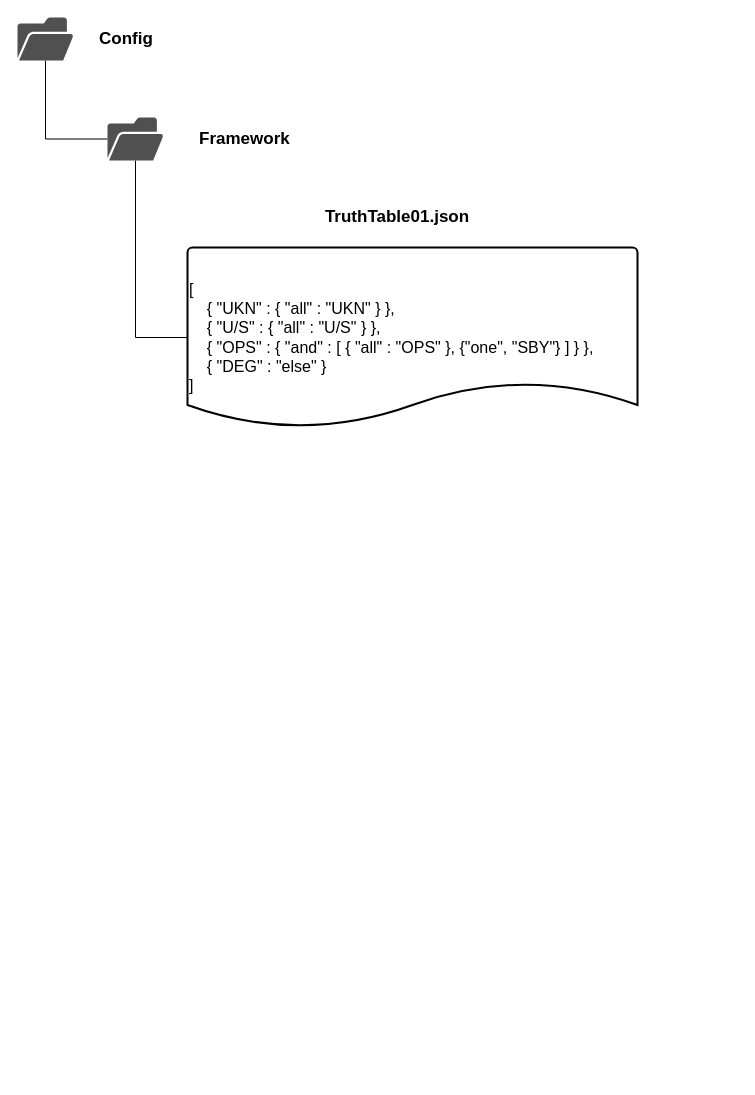
Earlier version of the draw.io diagram JsonFolder.drawio (YannCaron/SkyguideDiagrams). Source tidied: cells renumbered, new cells numbered last; positions are measured from the earlier drawing's top-left corner, leaving out a move shared by most shapes. Both pictures are drawn from the tidied source at 100%, with x=0, y=0 at pixel (17, 17).
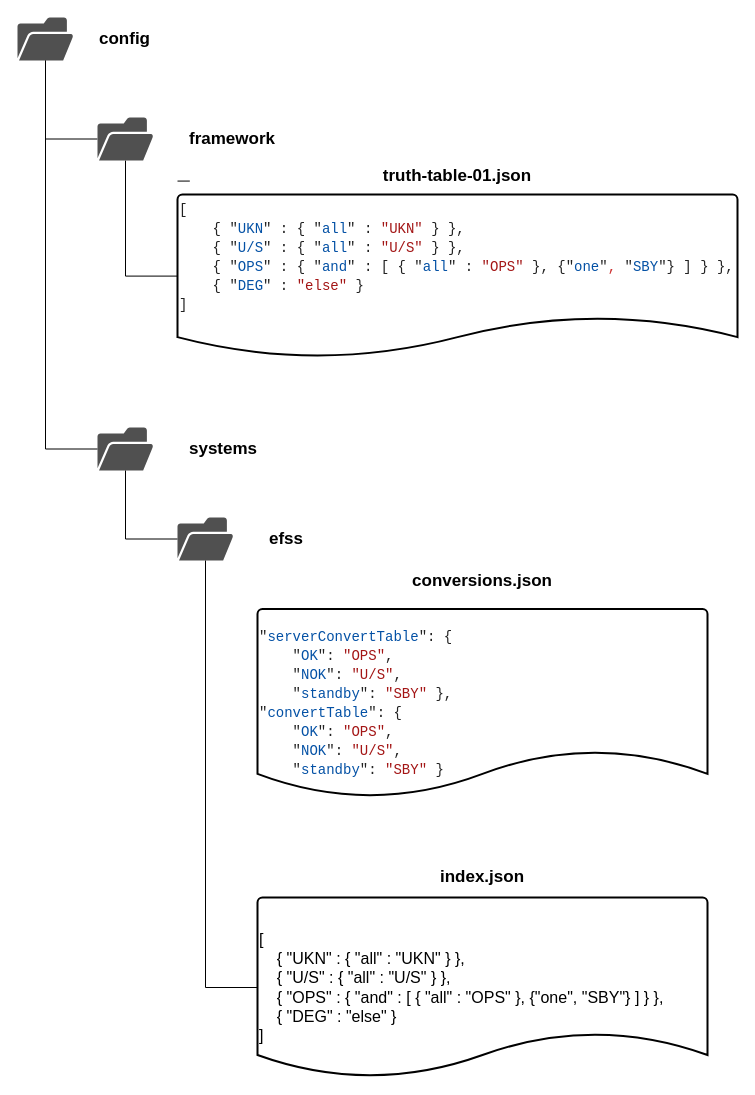
The same diagram, later.

Change to the diagram source:
```diff
@@
+    <mxCell id="3" style="edgeStyle=orthogonalEdgeStyle;rounded=0;jettySize=auto;html=1;endArrow=none;endFill=0;" parent="1" edge="1" source="4" target="6">
+      <mxGeometry relative="1" as="geometry" />
+    </mxCell>
+    <mxCell id="5" style="edgeStyle=orthogonalEdgeStyle;rounded=0;jettySize=auto;html=1;endArrow=none;endFill=0;" parent="1" edge="1" source="6" target="2">
+      <mxGeometry relative="1" as="geometry" />
+    </mxCell>
+    <mxCell id="10" style="group;" parent="1" vertex="1">
+      <mxGeometry x="80" y="100" width="130" height="43" as="geometry" />
+    </mxCell>
+    <mxCell id="6" style="shadow=0;dashed=0;html=1;strokeColor=none;fillColor=#505050;labelPosition=center;verticalLabelPosition=bottom;verticalAlign=top;outlineConnect=0;align=center;shape=mxgraph.office.concepts.folder_open;" parent="10" vertex="1">
+      <mxGeometry width="56" height="43" as="geometry" />
+    </mxCell>
+    <mxCell id="8" value="&lt;font style=&quot;font-size: 17px&quot;&gt;framework&lt;/font&gt;" style="text;html=1;strokeColor=none;fillColor=none;align=left;verticalAlign=middle;whiteSpace=wrap;rounded=0;fontStyle=1;" parent="10" vertex="1">
+      <mxGeometry x="90" y="11.5" width="40" height="20" as="geometry" />
+    </mxCell>
+    <mxCell id="11" style="group;" parent="1" vertex="1">
+      <mxGeometry x="80" y="410" width="130" height="43" as="geometry" />
+    </mxCell>
+    <mxCell id="12" style="shadow=0;dashed=0;html=1;strokeColor=none;fillColor=#505050;labelPosition=center;verticalLabelPosition=bottom;verticalAlign=top;outlineConnect=0;align=center;shape=mxgraph.office.concepts.folder_open;" parent="11" vertex="1">
+      <mxGeometry width="56" height="43" as="geometry" />
+    </mxCell>
+    <mxCell id="13" value="&lt;font style=&quot;font-size: 17px&quot;&gt;systems&lt;/font&gt;" style="text;html=1;strokeColor=none;fillColor=none;align=left;verticalAlign=middle;whiteSpace=wrap;rounded=0;fontStyle=1;" parent="11" vertex="1">
+      <mxGeometry x="90" y="11.5" width="40" height="20" as="geometry" />
+    </mxCell>
+    <mxCell id="14" style="group;" parent="1" vertex="1">
+      <mxGeometry x="160" y="150" width="560" height="190" as="geometry" />
+    </mxCell>
+    <mxCell id="4" value="&lt;div style=&quot;color: rgb(0 , 0 , 0) ; font-family: &amp;#34;consolas&amp;#34; , &amp;#34;courier new&amp;#34; , monospace ; font-weight: normal ; font-size: 14px ; line-height: 19px&quot;&gt;&lt;div&gt;&lt;span style=&quot;background-color: transparent&quot;&gt;&lt;span style=&quot;color: #222222&quot;&gt;[&lt;/span&gt;&lt;/span&gt;&lt;/div&gt;&lt;div&gt;&lt;span style=&quot;background-color: transparent&quot;&gt;&lt;span style=&quot;color: #000000&quot;&gt;&amp;nbsp;&amp;nbsp;&amp;nbsp;&amp;nbsp;&lt;/span&gt;&lt;span style=&quot;color: #222222&quot;&gt;{&lt;/span&gt;&lt;span style=&quot;color: #000000&quot;&gt;&amp;nbsp;&lt;/span&gt;&lt;span style=&quot;color: #222222&quot;&gt;&quot;&lt;/span&gt;&lt;span style=&quot;color: #0451a5&quot;&gt;UKN&lt;/span&gt;&lt;span style=&quot;color: #222222&quot;&gt;&quot;&lt;/span&gt;&lt;span style=&quot;color: #000000&quot;&gt;&amp;nbsp;&lt;/span&gt;&lt;span style=&quot;color: #222222&quot;&gt;:&lt;/span&gt;&lt;span style=&quot;color: #000000&quot;&gt;&amp;nbsp;&lt;/span&gt;&lt;span style=&quot;color: #222222&quot;&gt;{&lt;/span&gt;&lt;span style=&quot;color: #000000&quot;&gt;&amp;nbsp;&lt;/span&gt;&lt;span style=&quot;color: #222222&quot;&gt;&quot;&lt;/span&gt;&lt;span style=&quot;color: #0451a5&quot;&gt;all&lt;/span&gt;&lt;span style=&quot;color: #222222&quot;&gt;&quot;&lt;/span&gt;&lt;span style=&quot;color: #000000&quot;&gt;&amp;nbsp;&lt;/span&gt;&lt;span style=&quot;color: #222222&quot;&gt;:&lt;/span&gt;&lt;span style=&quot;color: #000000&quot;&gt;&amp;nbsp;&lt;/span&gt;&lt;span style=&quot;color: #a31515&quot;&gt;&quot;UKN&quot;&lt;/span&gt;&lt;span style=&quot;color: #000000&quot;&gt;&amp;nbsp;&lt;/span&gt;&lt;span style=&quot;color: #222222&quot;&gt;}&lt;/span&gt;&lt;span style=&quot;color: #000000&quot;&gt;&amp;nbsp;&lt;/span&gt;&lt;span style=&quot;color: #222222&quot;&gt;},&lt;/span&gt;&lt;/span&gt;&lt;/div&gt;&lt;div&gt;&lt;span style=&quot;background-color: transparent&quot;&gt;&lt;span style=&quot;color: #000000&quot;&gt;&amp;nbsp;&amp;nbsp;&amp;nbsp;&amp;nbsp;&lt;/span&gt;&lt;span style=&quot;color: #222222&quot;&gt;{&lt;/span&gt;&lt;span style=&quot;color: #000000&quot;&gt;&amp;nbsp;&lt;/span&gt;&lt;span style=&quot;color: #222222&quot;&gt;&quot;&lt;/span&gt;&lt;span style=&quot;color: #0451a5&quot;&gt;U/S&lt;/span&gt;&lt;span style=&quot;color: #222222&quot;&gt;&quot;&lt;/span&gt;&lt;span style=&quot;color: #000000&quot;&gt;&amp;nbsp;&lt;/span&gt;&lt;span style=&quot;color: #222222&quot;&gt;:&lt;/span&gt;&lt;span style=&quot;color: #000000&quot;&gt;&amp;nbsp;&lt;/span&gt;&lt;span style=&quot;color: #222222&quot;&gt;{&lt;/span&gt;&lt;span style=&quot;color: #000000&quot;&gt;&amp;nbsp;&lt;/span&gt;&lt;span style=&quot;color: #222222&quot;&gt;&quot;&lt;/span&gt;&lt;span style=&quot;color: #0451a5&quot;&gt;all&lt;/span&gt;&lt;span style=&quot;color: #222222&quot;&gt;&quot;&lt;/span&gt;&lt;span style=&quot;color: #000000&quot;&gt;&amp;nbsp;&lt;/span&gt;&lt;span style=&quot;color: #222222&quot;&gt;:&lt;/span&gt;&lt;span style=&quot;color: #000000&quot;&gt;&amp;nbsp;&lt;/span&gt;&lt;span style=&quot;color: #a31515&quot;&gt;&quot;U/S&quot;&lt;/span&gt;&lt;span style=&quot;color: #000000&quot;&gt;&amp;nbsp;&lt;/span&gt;&lt;span style=&quot;color: #222222&quot;&gt;}&lt;/span&gt;&lt;span style=&quot;color: #000000&quot;&gt;&amp;nbsp;&lt;/span&gt;&lt;span style=&quot;color: #222222&quot;&gt;},&lt;/span&gt;&lt;/span&gt;&lt;/div&gt;&lt;div&gt;&lt;span style=&quot;background-color: transparent&quot;&gt;&lt;span style=&quot;color: #000000&quot;&gt;&amp;nbsp;&amp;nbsp;&amp;nbsp;&amp;nbsp;&lt;/span&gt;&lt;span style=&quot;color: #222222&quot;&gt;{&lt;/span&gt;&lt;span style=&quot;color: #000000&quot;&gt;&amp;nbsp;&lt;/span&gt;&lt;span style=&quot;color: #222222&quot;&gt;&quot;&lt;/span&gt;&lt;span style=&quot;color: #0451a5&quot;&gt;OPS&lt;/span&gt;&lt;span style=&quot;color: #222222&quot;&gt;&quot;&lt;/span&gt;&lt;span style=&quot;color: #000000&quot;&gt;&amp;nbsp;&lt;/span&gt;&lt;span style=&quot;color: #222222&quot;&gt;:&lt;/span&gt;&lt;span style=&quot;color: #000000&quot;&gt;&amp;nbsp;&lt;/span&gt;&lt;span style=&quot;color: #222222&quot;&gt;{&lt;/span&gt;&lt;span style=&quot;color: #000000&quot;&gt;&amp;nbsp;&lt;/span&gt;&lt;span style=&quot;color: #222222&quot;&gt;&quot;&lt;/span&gt;&lt;span style=&quot;color: #0451a5&quot;&gt;and&lt;/span&gt;&lt;span style=&quot;color: #222222&quot;&gt;&quot;&lt;/span&gt;&lt;span style=&quot;color: #000000&quot;&gt;&amp;nbsp;&lt;/span&gt;&lt;span style=&quot;color: #222222&quot;&gt;:&lt;/span&gt;&lt;span style=&quot;color: #000000&quot;&gt;&amp;nbsp;&lt;/span&gt;&lt;span style=&quot;color: #222222&quot;&gt;[&lt;/span&gt;&lt;span style=&quot;color: #000000&quot;&gt;&amp;nbsp;&lt;/span&gt;&lt;span style=&quot;color: #222222&quot;&gt;{&lt;/span&gt;&lt;span style=&quot;color: #000000&quot;&gt;&amp;nbsp;&lt;/span&gt;&lt;span style=&quot;color: #222222&quot;&gt;&quot;&lt;/span&gt;&lt;span style=&quot;color: #0451a5&quot;&gt;all&lt;/span&gt;&lt;span style=&quot;color: #222222&quot;&gt;&quot;&lt;/span&gt;&lt;span style=&quot;color: #000000&quot;&gt;&amp;nbsp;&lt;/span&gt;&lt;span style=&quot;color: #222222&quot;&gt;:&lt;/span&gt;&lt;span style=&quot;color: #000000&quot;&gt;&amp;nbsp;&lt;/span&gt;&lt;span style=&quot;color: #a31515&quot;&gt;&quot;OPS&quot;&lt;/span&gt;&lt;span style=&quot;color: #000000&quot;&gt;&amp;nbsp;&lt;/span&gt;&lt;span style=&quot;color: #222222&quot;&gt;},&lt;/span&gt;&lt;span style=&quot;color: #000000&quot;&gt;&amp;nbsp;&lt;/span&gt;&lt;span style=&quot;color: #222222&quot;&gt;{&lt;/span&gt;&lt;span style=&quot;color: #222222&quot;&gt;&quot;&lt;/span&gt;&lt;span style=&quot;color: #0451a5&quot;&gt;one&lt;/span&gt;&lt;span style=&quot;color: #222222&quot;&gt;&quot;&lt;/span&gt;&lt;span style=&quot;color: #cd3131&quot;&gt;,&lt;/span&gt;&lt;span style=&quot;color: #000000&quot;&gt;&amp;nbsp;&lt;/span&gt;&lt;span style=&quot;color: #222222&quot;&gt;&quot;&lt;/span&gt;&lt;span style=&quot;color: #0451a5&quot;&gt;SBY&lt;/span&gt;&lt;span style=&quot;color: #222222&quot;&gt;&quot;&lt;/span&gt;&lt;span style=&quot;color: #222222&quot;&gt;}&lt;/span&gt;&lt;span style=&quot;color: #000000&quot;&gt;&amp;nbsp;&lt;/span&gt;&lt;span style=&quot;color: #222222&quot;&gt;]&lt;/span&gt;&lt;span style=&quot;color: #000000&quot;&gt;&amp;nbsp;&lt;/span&gt;&lt;span style=&quot;color: #222222&quot;&gt;}&lt;/span&gt;&lt;span style=&quot;color: #000000&quot;&gt;&amp;nbsp;&lt;/span&gt;&lt;span style=&quot;color: #222222&quot;&gt;},&lt;/span&gt;&lt;/span&gt;&lt;/div&gt;&lt;div&gt;&lt;span style=&quot;background-color: transparent&quot;&gt;&lt;span style=&quot;color: #000000&quot;&gt;&amp;nbsp;&amp;nbsp;&amp;nbsp;&amp;nbsp;&lt;/span&gt;&lt;span style=&quot;color: #222222&quot;&gt;{&lt;/span&gt;&lt;span style=&quot;color: #000000&quot;&gt;&amp;nbsp;&lt;/span&gt;&lt;span style=&quot;color: #222222&quot;&gt;&quot;&lt;/span&gt;&lt;span style=&quot;color: #0451a5&quot;&gt;DEG&lt;/span&gt;&lt;span style=&quot;color: #222222&quot;&gt;&quot;&lt;/span&gt;&lt;span style=&quot;color: #000000&quot;&gt;&amp;nbsp;&lt;/span&gt;&lt;span style=&quot;color: #222222&quot;&gt;:&lt;/span&gt;&lt;span style=&quot;color: #000000&quot;&gt;&amp;nbsp;&lt;/span&gt;&lt;span style=&quot;color: #a31515&quot;&gt;&quot;else&quot;&lt;/span&gt;&lt;span style=&quot;color: #000000&quot;&gt;&amp;nbsp;&lt;/span&gt;&lt;span style=&quot;color: #222222&quot;&gt;}&lt;/span&gt;&lt;/span&gt;&lt;/div&gt;&lt;div&gt;&lt;span style=&quot;background-color: transparent&quot;&gt;&lt;span style=&quot;color: #222222&quot;&gt;]&lt;/span&gt;&lt;/span&gt;&lt;/div&gt;&lt;span style=&quot;background-color: transparent&quot;&gt;&lt;br&gt;&lt;br&gt;&lt;/span&gt;&lt;/div&gt;" style="strokeWidth=2;html=1;shape=mxgraph.flowchart.document2;whiteSpace=wrap;size=0.25;align=left;" parent="14" vertex="1">
+      <mxGeometry y="27.1" width="560" height="162.9" as="geometry" />
+    </mxCell>
+    <mxCell id="9" value="&lt;div align=&quot;center&quot;&gt;&lt;font style=&quot;font-size: 17px&quot;&gt;truth-table-01.json&lt;/font&gt;&lt;/div&gt;" style="text;html=1;strokeColor=none;fillColor=none;align=center;verticalAlign=middle;whiteSpace=wrap;rounded=0;fontStyle=1;" parent="14" vertex="1">
+      <mxGeometry width="560" height="18.1" as="geometry" />
+    </mxCell>
+    <mxCell id="15" style="edgeStyle=orthogonalEdgeStyle;rounded=0;orthogonalLoop=1;jettySize=auto;html=1;exitX=0;exitY=0.75;exitDx=0;exitDy=0;entryX=0.022;entryY=0.75;entryDx=0;entryDy=0;entryPerimeter=0;endArrow=none;endFill=0;" parent="14" edge="1" source="9" target="9">
+      <mxGeometry relative="1" as="geometry" />
+    </mxCell>
+    <mxCell id="16" style="group;" parent="1" vertex="1">
+      <mxGeometry width="120" height="43" as="geometry" />
+    </mxCell>
-    <mxCell id="2" style="shadow=0;dashed=0;html=1;strokeColor=none;fillColor=#505050;labelPosition=center;verticalLabelPosition=bottom;verticalAlign=top;outlineConnect=0;align=center;shape=mxgraph.office.concepts.folder_open;" parent="1" vertex="1">
+    <mxCell id="2" style="shadow=0;dashed=0;html=1;strokeColor=none;fillColor=#505050;labelPosition=center;verticalLabelPosition=bottom;verticalAlign=top;outlineConnect=0;align=center;shape=mxgraph.office.concepts.folder_open;" parent="16" vertex="1">
       <mxGeometry width="56" height="43" as="geometry" />
     </mxCell>
-    <mxCell id="3" style="edgeStyle=orthogonalEdgeStyle;rounded=0;jettySize=auto;html=1;endArrow=none;endFill=0;" parent="1" edge="1" source="4" target="6">
-      <mxGeometry relative="1" as="geometry" />
-    </mxCell>
-    <mxCell id="4" value="&lt;font style=&quot;font-size: 16px&quot;&gt;[&lt;br&gt;&amp;nbsp;&amp;nbsp; &amp;nbsp;{ &quot;UKN&quot; : { &quot;all&quot; : &quot;UKN&quot; } },&lt;br&gt;&amp;nbsp;&amp;nbsp; &amp;nbsp;{ &quot;U/S&quot; : { &quot;all&quot; : &quot;U/S&quot; } },&lt;br&gt;&amp;nbsp;&amp;nbsp; &amp;nbsp;{ &quot;OPS&quot; : { &quot;and&quot; : [ { &quot;all&quot; : &quot;OPS&quot; }, {&quot;one&quot;, &quot;SBY&quot;} ] } },&lt;br&gt;&amp;nbsp;&amp;nbsp; &amp;nbsp;{ &quot;DEG&quot; : &quot;else&quot; }&lt;br&gt;]&lt;/font&gt;" style="strokeWidth=2;html=1;shape=mxgraph.flowchart.document2;whiteSpace=wrap;size=0.25;align=left;" parent="1" vertex="1">
-      <mxGeometry x="170" y="230" width="450" height="180" as="geometry" />
-    </mxCell>
-    <mxCell id="5" style="edgeStyle=orthogonalEdgeStyle;rounded=0;jettySize=auto;html=1;endArrow=none;endFill=0;" parent="1" edge="1" source="6" target="2">
-      <mxGeometry relative="1" as="geometry" />
-    </mxCell>
-    <mxCell id="6" style="shadow=0;dashed=0;html=1;strokeColor=none;fillColor=#505050;labelPosition=center;verticalLabelPosition=bottom;verticalAlign=top;outlineConnect=0;align=center;shape=mxgraph.office.concepts.folder_open;" parent="1" vertex="1">
-      <mxGeometry x="90" y="100" width="56" height="43" as="geometry" />
-    </mxCell>
-    <mxCell id="7" value="&lt;div align=&quot;left&quot;&gt;&lt;font style=&quot;font-size: 17px&quot;&gt;Config&lt;/font&gt;&lt;/div&gt;" style="text;html=1;strokeColor=none;fillColor=none;align=left;verticalAlign=middle;whiteSpace=wrap;rounded=0;fontStyle=1;" parent="1" vertex="1">
+    <mxCell id="7" value="&lt;font style=&quot;font-size: 17px&quot;&gt;config&lt;/font&gt;" style="text;html=1;strokeColor=none;fillColor=none;align=left;verticalAlign=middle;whiteSpace=wrap;rounded=0;fontStyle=1;" parent="16" vertex="1">
       <mxGeometry x="80" y="11.5" width="40" height="20" as="geometry" />
     </mxCell>
-    <mxCell id="8" value="&lt;div align=&quot;left&quot;&gt;&lt;font style=&quot;font-size: 17px&quot;&gt;Framework&lt;/font&gt;&lt;/div&gt;" style="text;html=1;strokeColor=none;fillColor=none;align=left;verticalAlign=middle;whiteSpace=wrap;rounded=0;fontStyle=1;" parent="1" vertex="1">
-      <mxGeometry x="180" y="111.5" width="40" height="20" as="geometry" />
-    </mxCell>
-    <mxCell id="9" value="&lt;div style=&quot;font-size: 17px&quot;&gt;&lt;font style=&quot;font-size: 17px&quot;&gt;TruthTable01.json&lt;/font&gt;&lt;/div&gt;" style="text;html=1;strokeColor=none;fillColor=none;align=center;verticalAlign=middle;whiteSpace=wrap;rounded=0;fontStyle=1;" parent="1" vertex="1">
-      <mxGeometry x="360" y="190" width="40" height="20" as="geometry" />
-    </mxCell>
+    <mxCell id="17" style="edgeStyle=orthogonalEdgeStyle;rounded=0;jettySize=auto;html=1;endArrow=none;endFill=0;" parent="1" edge="1" source="12" target="2">
+      <mxGeometry relative="1" as="geometry" />
+    </mxCell>
+    <mxCell id="18" style="group;" parent="1" vertex="1">
+      <mxGeometry x="240" y="850" width="450" height="210" as="geometry" />
+    </mxCell>
+    <mxCell id="19" value="&lt;font style=&quot;font-size: 16px&quot;&gt;[&lt;br&gt;&amp;nbsp;&amp;nbsp; &amp;nbsp;{ &quot;UKN&quot; : { &quot;all&quot; : &quot;UKN&quot; } },&lt;br&gt;&amp;nbsp;&amp;nbsp; &amp;nbsp;{ &quot;U/S&quot; : { &quot;all&quot; : &quot;U/S&quot; } },&lt;br&gt;&amp;nbsp;&amp;nbsp; &amp;nbsp;{ &quot;OPS&quot; : { &quot;and&quot; : [ { &quot;all&quot; : &quot;OPS&quot; }, {&quot;one&quot;, &quot;SBY&quot;} ] } },&lt;br&gt;&amp;nbsp;&amp;nbsp; &amp;nbsp;{ &quot;DEG&quot; : &quot;else&quot; }&lt;br&gt;]&lt;/font&gt;" style="strokeWidth=2;html=1;shape=mxgraph.flowchart.document2;whiteSpace=wrap;size=0.25;align=left;" parent="18" vertex="1">
+      <mxGeometry y="30" width="450" height="180" as="geometry" />
+    </mxCell>
+    <mxCell id="20" value="&lt;font style=&quot;font-size: 17px&quot;&gt;index.json&lt;/font&gt;" style="text;html=1;strokeColor=none;fillColor=none;align=center;verticalAlign=middle;whiteSpace=wrap;rounded=0;fontStyle=1;" parent="18" vertex="1">
+      <mxGeometry width="450" height="20" as="geometry" />
+    </mxCell>
+    <mxCell id="21" style="group;" parent="1" vertex="1">
+      <mxGeometry x="160" y="500" width="130" height="43" as="geometry" />
+    </mxCell>
+    <mxCell id="22" style="shadow=0;dashed=0;html=1;strokeColor=none;fillColor=#505050;labelPosition=center;verticalLabelPosition=bottom;verticalAlign=top;outlineConnect=0;align=center;shape=mxgraph.office.concepts.folder_open;" parent="21" vertex="1">
+      <mxGeometry width="56" height="43" as="geometry" />
+    </mxCell>
+    <mxCell id="23" value="&lt;font style=&quot;font-size: 17px&quot;&gt;efss&lt;/font&gt;" style="text;html=1;strokeColor=none;fillColor=none;align=left;verticalAlign=middle;whiteSpace=wrap;rounded=0;fontStyle=1;" parent="21" vertex="1">
+      <mxGeometry x="90" y="11.5" width="40" height="20" as="geometry" />
+    </mxCell>
+    <mxCell id="24" style="edgeStyle=orthogonalEdgeStyle;rounded=0;jettySize=auto;html=1;endArrow=none;endFill=0;" parent="1" edge="1" source="22" target="12">
+      <mxGeometry relative="1" as="geometry" />
+    </mxCell>
+    <mxCell id="25" style="edgeStyle=orthogonalEdgeStyle;rounded=0;jettySize=auto;html=1;endArrow=none;endFill=0;" parent="1" edge="1" source="19" target="22">
+      <mxGeometry relative="1" as="geometry" />
+    </mxCell>
+    <mxCell id="26" style="group;" parent="1" vertex="1">
+      <mxGeometry x="240" y="550" width="450" height="290" as="geometry" />
+    </mxCell>
+    <mxCell id="27" value="&lt;div style=&quot;color: rgb(0 , 0 , 0) ; font-family: &amp;#34;consolas&amp;#34; , &amp;#34;courier new&amp;#34; , monospace ; font-weight: normal ; font-size: 14px ; line-height: 19px&quot;&gt;&lt;div&gt;&lt;span style=&quot;background-color: transparent&quot;&gt;&lt;span style=&quot;color: #222222&quot;&gt;&quot;&lt;/span&gt;&lt;span style=&quot;color: #0451a5&quot;&gt;serverConvertTable&lt;/span&gt;&lt;span style=&quot;color: #222222&quot;&gt;&quot;&lt;/span&gt;&lt;span style=&quot;color: #222222&quot;&gt;:&lt;/span&gt;&lt;span style=&quot;color: #000000&quot;&gt;&amp;nbsp;&lt;/span&gt;&lt;span style=&quot;color: #222222&quot;&gt;{&lt;/span&gt;&lt;/span&gt;&lt;/div&gt;&lt;div&gt;&lt;span style=&quot;background-color: transparent&quot;&gt;&lt;span style=&quot;color: #000000&quot;&gt;&amp;nbsp;&amp;nbsp;&amp;nbsp;&amp;nbsp;&lt;/span&gt;&lt;span style=&quot;color: #222222&quot;&gt;&quot;&lt;/span&gt;&lt;span style=&quot;color: #0451a5&quot;&gt;OK&lt;/span&gt;&lt;span style=&quot;color: #222222&quot;&gt;&quot;&lt;/span&gt;&lt;span style=&quot;color: #222222&quot;&gt;:&lt;/span&gt;&lt;span style=&quot;color: #000000&quot;&gt;&amp;nbsp;&lt;/span&gt;&lt;span style=&quot;color: #a31515&quot;&gt;&quot;OPS&quot;&lt;/span&gt;&lt;span style=&quot;color: #222222&quot;&gt;,&lt;/span&gt;&lt;/span&gt;&lt;/div&gt;&lt;div&gt;&lt;span style=&quot;background-color: transparent&quot;&gt;&lt;span style=&quot;color: #000000&quot;&gt;&amp;nbsp;&amp;nbsp;&amp;nbsp;&amp;nbsp;&lt;/span&gt;&lt;span style=&quot;color: #222222&quot;&gt;&quot;&lt;/span&gt;&lt;span style=&quot;color: #0451a5&quot;&gt;NOK&lt;/span&gt;&lt;span style=&quot;color: #222222&quot;&gt;&quot;&lt;/span&gt;&lt;span style=&quot;color: #222222&quot;&gt;:&lt;/span&gt;&lt;span style=&quot;color: #000000&quot;&gt;&amp;nbsp;&lt;/span&gt;&lt;span style=&quot;color: #a31515&quot;&gt;&quot;U/S&quot;&lt;/span&gt;&lt;span style=&quot;color: #222222&quot;&gt;,&lt;/span&gt;&lt;/span&gt;&lt;/div&gt;&lt;div&gt;&lt;span style=&quot;background-color: transparent&quot;&gt;&lt;span style=&quot;color: #000000&quot;&gt;&amp;nbsp;&amp;nbsp;&amp;nbsp;&amp;nbsp;&lt;/span&gt;&lt;span style=&quot;color: #222222&quot;&gt;&quot;&lt;/span&gt;&lt;span style=&quot;color: #0451a5&quot;&gt;standby&lt;/span&gt;&lt;span style=&quot;color: #222222&quot;&gt;&quot;&lt;/span&gt;&lt;span style=&quot;color: #222222&quot;&gt;:&lt;/span&gt;&lt;span style=&quot;color: #000000&quot;&gt;&amp;nbsp;&lt;/span&gt;&lt;span style=&quot;color: #a31515&quot;&gt;&quot;SBY&quot;&lt;/span&gt;&lt;span style=&quot;color: #222222&quot;&gt; },&lt;/span&gt;&lt;/span&gt;&lt;/div&gt;&lt;div&gt;&lt;span style=&quot;background-color: transparent&quot;&gt;&lt;span style=&quot;color: #222222&quot;&gt;&quot;&lt;/span&gt;&lt;span style=&quot;color: #0451a5&quot;&gt;convertTable&lt;/span&gt;&lt;span style=&quot;color: #222222&quot;&gt;&quot;&lt;/span&gt;&lt;span style=&quot;color: #222222&quot;&gt;:&lt;/span&gt;&lt;span style=&quot;color: #000000&quot;&gt;&amp;nbsp;&lt;/span&gt;&lt;span style=&quot;color: #222222&quot;&gt;{&lt;/span&gt;&lt;/span&gt;&lt;/div&gt;&lt;div&gt;&lt;span style=&quot;background-color: transparent&quot;&gt;&lt;span style=&quot;color: #000000&quot;&gt;&amp;nbsp;&amp;nbsp;&amp;nbsp;&amp;nbsp;&lt;/span&gt;&lt;span style=&quot;color: #222222&quot;&gt;&quot;&lt;/span&gt;&lt;span style=&quot;color: #0451a5&quot;&gt;OK&lt;/span&gt;&lt;span style=&quot;color: #222222&quot;&gt;&quot;&lt;/span&gt;&lt;span style=&quot;color: #222222&quot;&gt;:&lt;/span&gt;&lt;span style=&quot;color: #000000&quot;&gt;&amp;nbsp;&lt;/span&gt;&lt;span style=&quot;color: #a31515&quot;&gt;&quot;OPS&quot;&lt;/span&gt;&lt;span style=&quot;color: #222222&quot;&gt;,&lt;/span&gt;&lt;/span&gt;&lt;/div&gt;&lt;div&gt;&lt;span style=&quot;background-color: transparent&quot;&gt;&lt;span style=&quot;color: #000000&quot;&gt;&amp;nbsp;&amp;nbsp;&amp;nbsp;&amp;nbsp;&lt;/span&gt;&lt;span style=&quot;color: #222222&quot;&gt;&quot;&lt;/span&gt;&lt;span style=&quot;color: #0451a5&quot;&gt;NOK&lt;/span&gt;&lt;span style=&quot;color: #222222&quot;&gt;&quot;&lt;/span&gt;&lt;span style=&quot;color: #222222&quot;&gt;:&lt;/span&gt;&lt;span style=&quot;color: #000000&quot;&gt;&amp;nbsp;&lt;/span&gt;&lt;span style=&quot;color: #a31515&quot;&gt;&quot;U/S&quot;&lt;/span&gt;&lt;span style=&quot;color: #222222&quot;&gt;,&lt;/span&gt;&lt;/span&gt;&lt;/div&gt;&lt;div&gt;&lt;span style=&quot;background-color: transparent&quot;&gt;&lt;span style=&quot;color: #000000&quot;&gt;&amp;nbsp;&amp;nbsp;&amp;nbsp;&amp;nbsp;&lt;/span&gt;&lt;span style=&quot;color: #222222&quot;&gt;&quot;&lt;/span&gt;&lt;span style=&quot;color: #0451a5&quot;&gt;standby&lt;/span&gt;&lt;span style=&quot;color: #222222&quot;&gt;&quot;&lt;/span&gt;&lt;span style=&quot;color: #222222&quot;&gt;:&lt;/span&gt;&lt;span style=&quot;color: #000000&quot;&gt;&amp;nbsp;&lt;/span&gt;&lt;span style=&quot;color: #a31515&quot;&gt;&quot;SBY&quot;&lt;/span&gt;&lt;span style=&quot;color: #222222&quot;&gt; }&lt;/span&gt;&lt;/span&gt;&lt;/div&gt;&lt;/div&gt;" style="strokeWidth=2;html=1;shape=mxgraph.flowchart.document2;whiteSpace=wrap;size=0.25;align=left;" parent="26" vertex="1">
+      <mxGeometry y="41.4" width="450" height="188.6" as="geometry" />
+    </mxCell>
+    <mxCell id="28" value="&lt;font style=&quot;font-size: 17px&quot;&gt;conversions.json&lt;/font&gt;" style="text;html=1;strokeColor=none;fillColor=none;align=center;verticalAlign=middle;whiteSpace=wrap;rounded=0;fontStyle=1;" parent="26" vertex="1">
+      <mxGeometry width="450" height="27.6" as="geometry" />
+    </mxCell>
```
